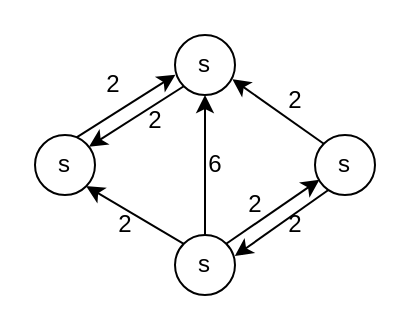
Before: hw4_6_c.drawio in Eren-Jeager123/Algorithm, a draw.io diagram. Source tidied: cells renumbered, new cells numbered last; positions are measured from the earlier drawing's top-left corner, leaving out a move shared by most shapes. Both pictures are drawn from the tidied source at 200%, with x=0, y=0 at pixel (34, 34).
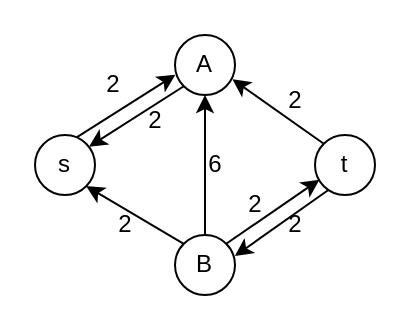
The same page after the edit.

The edit, as a diff of the source:
```diff
@@
 <mxGraphModel>
   <root>
     <mxCell id="0" />
     <mxCell id="1" parent="0" />
     <mxCell id="2" value="s" style="ellipse;whiteSpace=wrap;html=1;" parent="1" vertex="1">
       <mxGeometry y="50" width="30" height="30" as="geometry" />
     </mxCell>
-    <mxCell id="3" value="s" style="ellipse;whiteSpace=wrap;html=1;" parent="1" vertex="1">
+    <mxCell id="3" value="t" style="ellipse;whiteSpace=wrap;html=1;" parent="1" vertex="1">
       <mxGeometry x="140" y="50" width="30" height="30" as="geometry" />
     </mxCell>
     <mxCell id="4" style="rounded=0;jettySize=auto;html=1;exitX=0;exitY=0;exitDx=0;exitDy=0;entryX=1;entryY=1;entryDx=0;entryDy=0;" parent="1" edge="1" source="6" target="2">
       <mxGeometry relative="1" as="geometry" />
     </mxCell>
     <mxCell id="5" style="rounded=0;jettySize=auto;html=1;exitX=0.5;exitY=0;exitDx=0;exitDy=0;entryX=0.5;entryY=1;entryDx=0;entryDy=0;" parent="1" edge="1" source="6" target="7">
       <mxGeometry relative="1" as="geometry" />
     </mxCell>
-    <mxCell id="6" value="s" style="ellipse;whiteSpace=wrap;html=1;" parent="1" vertex="1">
+    <mxCell id="6" value="B" style="ellipse;whiteSpace=wrap;html=1;" parent="1" vertex="1">
       <mxGeometry x="70" y="100" width="30" height="30" as="geometry" />
     </mxCell>
-    <mxCell id="7" value="s" style="ellipse;whiteSpace=wrap;html=1;" parent="1" vertex="1">
+    <mxCell id="7" value="A" style="ellipse;whiteSpace=wrap;html=1;" parent="1" vertex="1">
       <mxGeometry x="70" width="30" height="30" as="geometry" />
     </mxCell>
     <mxCell id="8" style="rounded=0;jettySize=auto;html=1;exitX=0.694;exitY=0.039;exitDx=0;exitDy=0;entryX=0.007;entryY=0.663;entryDx=0;entryDy=0;entryPerimeter=0;exitPerimeter=0;" parent="1" edge="1" source="2" target="7">
       <mxGeometry relative="1" as="geometry" />
     </mxCell>
     <mxCell id="9" style="rounded=0;jettySize=auto;html=1;entryX=0.9;entryY=0.194;entryDx=0;entryDy=0;entryPerimeter=0;exitX=0;exitY=1;exitDx=0;exitDy=0;" parent="1" edge="1" source="7" target="2">
       <mxGeometry relative="1" as="geometry" />
     </mxCell>
     <mxCell id="10" value="2" style="text;html=1;align=center;verticalAlign=middle;strokeColor=none;fillColor=none;" parent="1" vertex="1">
       <mxGeometry x="24" y="10" width="30" height="30" as="geometry" />
     </mxCell>
     <mxCell id="11" value="2" style="text;html=1;align=center;verticalAlign=middle;strokeColor=none;fillColor=none;" parent="1" vertex="1">
       <mxGeometry x="45" y="28" width="30" height="30" as="geometry" />
     </mxCell>
     <mxCell id="12" value="2" style="text;html=1;align=center;verticalAlign=middle;strokeColor=none;fillColor=none;" parent="1" vertex="1">
       <mxGeometry x="30" y="80" width="30" height="30" as="geometry" />
     </mxCell>
     <mxCell id="13" value="6" style="text;html=1;align=center;verticalAlign=middle;strokeColor=none;fillColor=none;" parent="1" vertex="1">
       <mxGeometry x="75" y="50" width="30" height="30" as="geometry" />
     </mxCell>
     <mxCell id="14" style="rounded=0;jettySize=auto;html=1;exitX=0;exitY=0;exitDx=0;exitDy=0;entryX=0.957;entryY=0.737;entryDx=0;entryDy=0;entryPerimeter=0;" parent="1" edge="1" source="3" target="7">
       <mxGeometry relative="1" as="geometry" />
     </mxCell>
     <mxCell id="15" value="2" style="text;html=1;align=center;verticalAlign=middle;strokeColor=none;fillColor=none;" parent="1" vertex="1">
       <mxGeometry x="115" y="18" width="30" height="30" as="geometry" />
     </mxCell>
     <mxCell id="16" style="rounded=0;jettySize=auto;html=1;exitX=1;exitY=0;exitDx=0;exitDy=0;entryX=0.074;entryY=0.745;entryDx=0;entryDy=0;entryPerimeter=0;" parent="1" edge="1" source="6" target="3">
       <mxGeometry relative="1" as="geometry" />
     </mxCell>
     <mxCell id="17" style="rounded=0;jettySize=auto;html=1;exitX=0.217;exitY=0.921;exitDx=0;exitDy=0;entryX=0.997;entryY=0.352;entryDx=0;entryDy=0;entryPerimeter=0;exitPerimeter=0;" parent="1" edge="1" source="3" target="6">
       <mxGeometry relative="1" as="geometry" />
     </mxCell>
     <mxCell id="18" value="2" style="text;html=1;align=center;verticalAlign=middle;strokeColor=none;fillColor=none;" parent="1" vertex="1">
       <mxGeometry x="95" y="70" width="30" height="30" as="geometry" />
     </mxCell>
     <mxCell id="19" value="2" style="text;html=1;align=center;verticalAlign=middle;strokeColor=none;fillColor=none;" parent="1" vertex="1">
       <mxGeometry x="115" y="80" width="30" height="30" as="geometry" />
     </mxCell>
   </root>
 </mxGraphModel>
```
